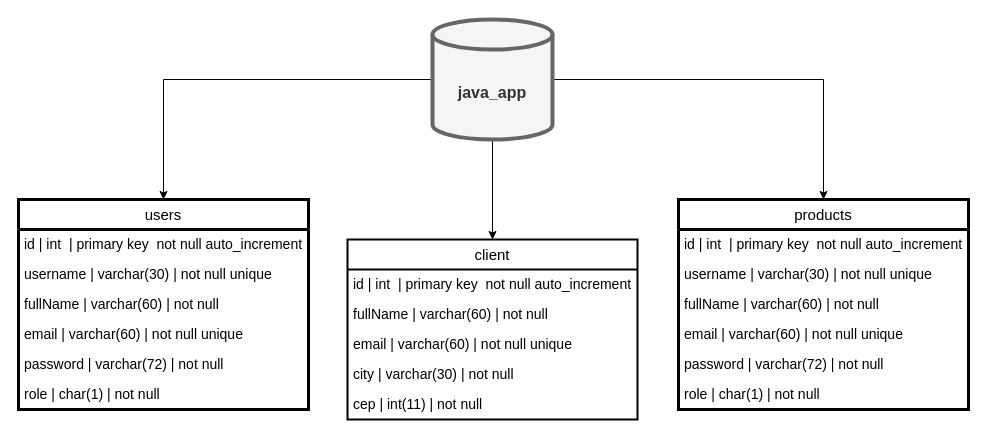
NicolasAlcs/Exerc-cios-Aula-de-Desen-Web keeps this draw.io diagram as teste1.drawio. Above is the earlier version. Source tidied: cells renumbered, new cells numbered last; positions are measured from the earlier drawing's top-left corner, leaving out a move shared by most shapes. Both pictures are drawn from the tidied source at 100%, with x=0, y=0 at pixel (18, 19).
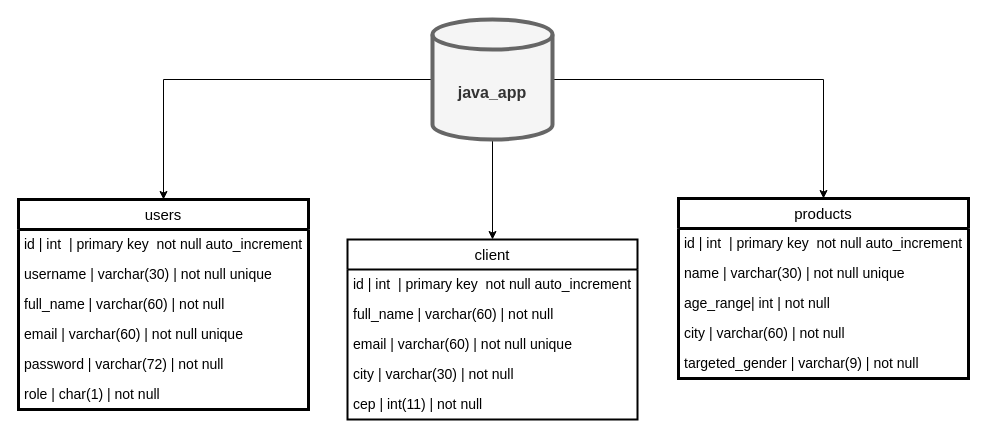
The same page after the edit.

The change refers to these unchanged cells:
```xml
<mxCell id="6" value="&lt;font style=&quot;font-size: 15px;&quot;&gt;users&lt;/font&gt;" style="swimlane;fontStyle=0;horizontal=1;startSize=30;whiteSpace=wrap;html=1;strokeWidth=3;" parent="1" vertex="1">
  <mxGeometry y="180" width="290" height="210" as="geometry" />
</mxCell>
<mxCell id="13" value="&lt;span style=&quot;font-size: 15px;&quot;&gt;client&lt;/span&gt;" style="swimlane;fontStyle=0;horizontal=1;startSize=30;whiteSpace=wrap;html=1;strokeWidth=2;" parent="1" vertex="1">
  <mxGeometry x="329" y="220" width="290" height="180" as="geometry" />
</mxCell>
```

The edit, as a diff of the source:
```diff
@@
-    <mxCell id="9" value="&lt;font style=&quot;font-size: 14px;&quot;&gt;fullName | varchar(60) | not null&lt;/font&gt;" style="text;strokeColor=none;fillColor=none;align=left;verticalAlign=middle;spacingLeft=4;spacingRight=4;overflow=hidden;whiteSpace=wrap;html=1;" parent="6" vertex="1">
+    <mxCell id="9" value="&lt;font style=&quot;font-size: 14px;&quot;&gt;full_name | varchar(60) | not null&lt;/font&gt;" style="text;strokeColor=none;fillColor=none;align=left;verticalAlign=middle;spacingLeft=4;spacingRight=4;overflow=hidden;whiteSpace=wrap;html=1;" parent="6" vertex="1">
       <mxGeometry y="90" width="290" height="30" as="geometry" />
     </mxCell>
@@
-    <mxCell id="15" value="&lt;font style=&quot;font-size: 14px;&quot;&gt;fullName | varchar(60) | not null&lt;/font&gt;" style="text;strokeColor=none;fillColor=none;align=left;verticalAlign=middle;spacingLeft=4;spacingRight=4;overflow=hidden;whiteSpace=wrap;html=1;" parent="13" vertex="1">
+    <mxCell id="15" value="&lt;font style=&quot;font-size: 14px;&quot;&gt;full_name | varchar(60) | not null&lt;/font&gt;" style="text;strokeColor=none;fillColor=none;align=left;verticalAlign=middle;spacingLeft=4;spacingRight=4;overflow=hidden;whiteSpace=wrap;html=1;" parent="13" vertex="1">
       <mxGeometry y="60" width="290" height="30" as="geometry" />
     </mxCell>
@@
     <mxCell id="19" value="&lt;font style=&quot;font-size: 15px;&quot;&gt;products&lt;/font&gt;" style="swimlane;fontStyle=0;horizontal=1;startSize=30;whiteSpace=wrap;html=1;strokeWidth=3;" parent="1" vertex="1">
-      <mxGeometry x="660" y="180" width="290" height="210" as="geometry" />
+      <mxGeometry x="660" y="179" width="290" height="180" as="geometry" />
     </mxCell>
@@
-    <mxCell id="21" value="&lt;font style=&quot;font-size: 14px;&quot;&gt;username | varchar(30) | not null unique&lt;/font&gt;" style="text;strokeColor=none;fillColor=none;align=left;verticalAlign=middle;spacingLeft=4;spacingRight=4;overflow=hidden;whiteSpace=wrap;html=1;" parent="19" vertex="1">
+    <mxCell id="21" value="&lt;font style=&quot;font-size: 14px;&quot;&gt;name | varchar(30) | not null unique&lt;/font&gt;" style="text;strokeColor=none;fillColor=none;align=left;verticalAlign=middle;spacingLeft=4;spacingRight=4;overflow=hidden;whiteSpace=wrap;html=1;" parent="19" vertex="1">
       <mxGeometry y="60" width="290" height="30" as="geometry" />
     </mxCell>
-    <mxCell id="22" value="&lt;font style=&quot;font-size: 14px;&quot;&gt;fullName | varchar(60) | not null&lt;/font&gt;" style="text;strokeColor=none;fillColor=none;align=left;verticalAlign=middle;spacingLeft=4;spacingRight=4;overflow=hidden;whiteSpace=wrap;html=1;" parent="19" vertex="1">
+    <mxCell id="22" value="&lt;font style=&quot;font-size: 14px;&quot;&gt;age_range| int | not null&lt;/font&gt;" style="text;strokeColor=none;fillColor=none;align=left;verticalAlign=middle;spacingLeft=4;spacingRight=4;overflow=hidden;whiteSpace=wrap;html=1;" parent="19" vertex="1">
       <mxGeometry y="90" width="290" height="30" as="geometry" />
     </mxCell>
-    <mxCell id="23" value="&lt;font style=&quot;font-size: 14px;&quot;&gt;email | varchar(60) | not null unique&lt;/font&gt;" style="text;strokeColor=none;fillColor=none;align=left;verticalAlign=middle;spacingLeft=4;spacingRight=4;overflow=hidden;whiteSpace=wrap;html=1;" parent="19" vertex="1">
+    <mxCell id="23" value="&lt;font style=&quot;font-size: 14px;&quot;&gt;city | varchar(60) | not null&amp;nbsp;&lt;/font&gt;" style="text;strokeColor=none;fillColor=none;align=left;verticalAlign=middle;spacingLeft=4;spacingRight=4;overflow=hidden;whiteSpace=wrap;html=1;" parent="19" vertex="1">
       <mxGeometry y="120" width="290" height="30" as="geometry" />
     </mxCell>
-    <mxCell id="24" value="&lt;font style=&quot;font-size: 14px;&quot;&gt;password | varchar(72) | not null&lt;/font&gt;" style="text;strokeColor=none;fillColor=none;align=left;verticalAlign=middle;spacingLeft=4;spacingRight=4;overflow=hidden;whiteSpace=wrap;html=1;" parent="19" vertex="1">
-      <mxGeometry y="150" width="290" height="30" as="geometry" />
-    </mxCell>
-    <mxCell id="25" value="&lt;font style=&quot;font-size: 14px;&quot;&gt;role | char(1) | not null&lt;/font&gt;" style="text;strokeColor=none;fillColor=none;align=left;verticalAlign=middle;spacingLeft=4;spacingRight=4;overflow=hidden;whiteSpace=wrap;html=1;strokeWidth=2;" parent="19" vertex="1">
-      <mxGeometry y="180" width="290" height="30" as="geometry" />
-    </mxCell>
+    <mxCell id="26" value="&lt;font style=&quot;font-size: 14px;&quot;&gt;targeted_gender | varchar(9) | not null&amp;nbsp;&lt;/font&gt;" style="text;strokeColor=none;fillColor=none;align=left;verticalAlign=middle;spacingLeft=4;spacingRight=4;overflow=hidden;whiteSpace=wrap;html=1;" parent="19" vertex="1">
+      <mxGeometry y="150" width="290" height="30" as="geometry" />
+    </mxCell>
```
